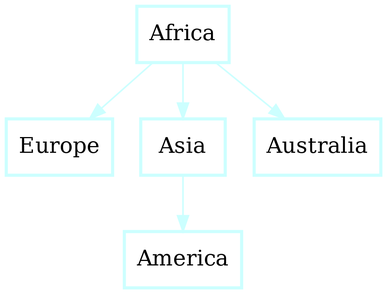
This is graphs/Simplified_migratory_chart.png from julianfl0w/Deism, a Graphviz export, as it was before one commit. Its source is kept beside it as graphs/Simplified_migratory_chart.dot. The source it was exported from:
```dot
digraph D {
rankdir = TB
style = filled
fontcolor = black
color = black
bgcolor = white
gradientangle = 0
dpi = 300
"cluster_55" [rankdir=TB, shape=box, penwidth=2, color="#ccffff", fontcolor=black, fillcolor=white, style=filled, gradientangle=270.05, label="Africa"]
"cluster_56" [rankdir=TB, shape=box, penwidth=2, color="#ccffff", fontcolor=black, fillcolor=white, style=filled, gradientangle=270.05, label="Europe"]
"cluster_55" -> "cluster_56" [color="#ccffff", penwidth=1, ltail="cluster_55", lhead="cluster_56"]
"cluster_57" [rankdir=TB, shape=box, penwidth=2, color="#ccffff", fontcolor=black, fillcolor=white, style=filled, gradientangle=270.05, label="Asia"]
"cluster_58" [rankdir=TB, shape=box, penwidth=2, color="#ccffff", fontcolor=black, fillcolor=white, style=filled, gradientangle=270.05, label="America"]
"cluster_57" -> "cluster_58" [color="#ccffff", penwidth=1, ltail="cluster_57", lhead="cluster_58"]
"cluster_55" -> "cluster_57" [color="#ccffff", penwidth=1, ltail="cluster_57", lhead="cluster_58"]
"cluster_59" [rankdir=TB, shape=box, penwidth=2, color="#ccffff", fontcolor=black, fillcolor=white, style=filled, gradientangle=270.05, label="Australia"]
"cluster_55" -> "cluster_59" [color="#ccffff", penwidth=1, ltail="cluster_55", lhead="cluster_59"]
}
```
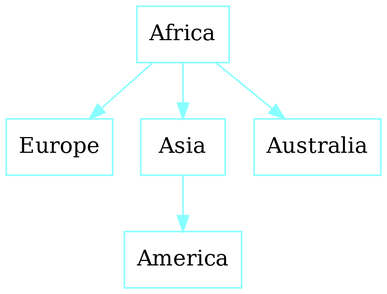
After the commit.

Diff of the diagram source:
```diff
@@ -6,13 +6,13 @@
 bgcolor = white
 gradientangle = 0
 dpi = 300
-"cluster_55" [rankdir=TB, shape=box, penwidth=2, color="#ccffff", fontcolor=black, fillcolor=white, style=filled, gradientangle=270.05, label="Africa"]
-"cluster_56" [rankdir=TB, shape=box, penwidth=2, color="#ccffff", fontcolor=black, fillcolor=white, style=filled, gradientangle=270.05, label="Europe"]
-"cluster_55" -> "cluster_56" [color="#ccffff", penwidth=1, ltail="cluster_55", lhead="cluster_56"]
-"cluster_57" [rankdir=TB, shape=box, penwidth=2, color="#ccffff", fontcolor=black, fillcolor=white, style=filled, gradientangle=270.05, label="Asia"]
-"cluster_58" [rankdir=TB, shape=box, penwidth=2, color="#ccffff", fontcolor=black, fillcolor=white, style=filled, gradientangle=270.05, label="America"]
-"cluster_57" -> "cluster_58" [color="#ccffff", penwidth=1, ltail="cluster_57", lhead="cluster_58"]
-"cluster_55" -> "cluster_57" [color="#ccffff", penwidth=1, ltail="cluster_57", lhead="cluster_58"]
-"cluster_59" [rankdir=TB, shape=box, penwidth=2, color="#ccffff", fontcolor=black, fillcolor=white, style=filled, gradientangle=270.05, label="Australia"]
-"cluster_55" -> "cluster_59" [color="#ccffff", penwidth=1, ltail="cluster_55", lhead="cluster_59"]
+"cluster_55" [rankdir=TB, shape=box, penwidth=1, color="#88ffff", fontcolor=black, fillcolor=white, style=filled, gradientangle=270.05, label="Africa"]
+"cluster_56" [rankdir=TB, shape=box, penwidth=1, color="#88ffff", fontcolor=black, fillcolor=white, style=filled, gradientangle=270.05, label="Europe"]
+"cluster_55" -> "cluster_56" [color="#88ffff", penwidth=1, ltail="cluster_55", lhead="cluster_56"]
+"cluster_57" [rankdir=TB, shape=box, penwidth=1, color="#88ffff", fontcolor=black, fillcolor=white, style=filled, gradientangle=270.05, label="Asia"]
+"cluster_58" [rankdir=TB, shape=box, penwidth=1, color="#88ffff", fontcolor=black, fillcolor=white, style=filled, gradientangle=270.05, label="America"]
+"cluster_57" -> "cluster_58" [color="#88ffff", penwidth=1, ltail="cluster_57", lhead="cluster_58"]
+"cluster_55" -> "cluster_57" [color="#88ffff", penwidth=1, ltail="cluster_57", lhead="cluster_58"]
+"cluster_59" [rankdir=TB, shape=box, penwidth=1, color="#88ffff", fontcolor=black, fillcolor=white, style=filled, gradientangle=270.05, label="Australia"]
+"cluster_55" -> "cluster_59" [color="#88ffff", penwidth=1, ltail="cluster_55", lhead="cluster_59"]
 }
```
